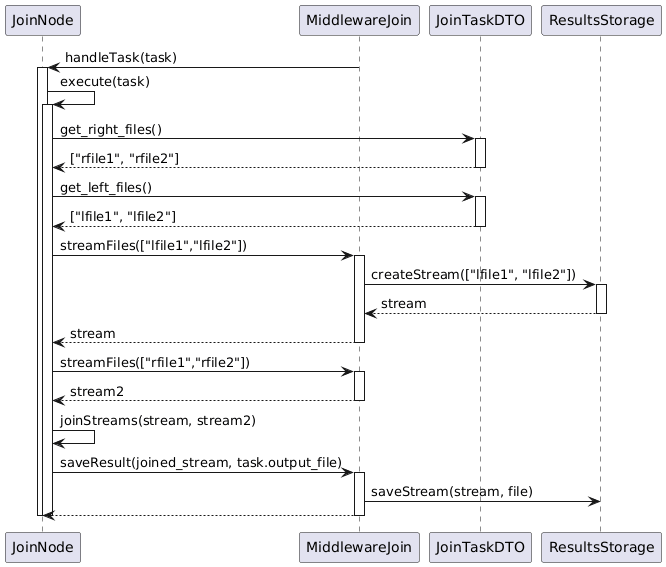
This is src/img/join_exec.png from SebastianVintonuke/TA050-TP-Design, a PlantUML export, as it was before one commit.
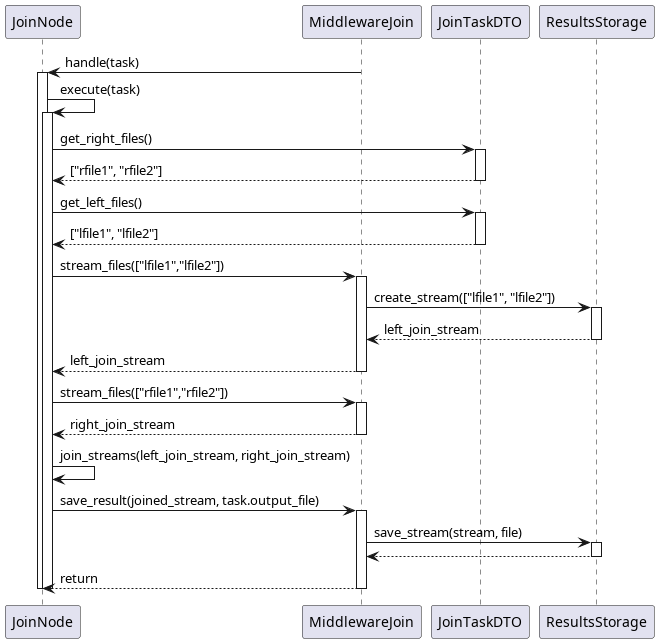
Later version of the same file.

Diff of the diagram source:
```diff
@@ -1,10 +1,11 @@
 @startuml
+
 participant JoinNode
 participant MiddlewareJoin
 participant JoinTaskDTO
 participant ResultsStorage
 
-MiddlewareJoin -> JoinNode : handleTask(task)
+MiddlewareJoin -> JoinNode : handle(task)
 activate JoinNode
 
 JoinNode->JoinNode: execute(task)
@@ -21,28 +22,32 @@
 JoinTaskDTO --> JoinNode : ["lfile1", "lfile2"]
 deactivate JoinTaskDTO
 
-JoinNode-> MiddlewareJoin : streamFiles(["lfile1","lfile2"])
+JoinNode-> MiddlewareJoin : stream_files(["lfile1","lfile2"])
 activate MiddlewareJoin
-MiddlewareJoin -> ResultsStorage: createStream(["lfile1", "lfile2"])
+MiddlewareJoin -> ResultsStorage: create_stream(["lfile1", "lfile2"])
 activate ResultsStorage
-ResultsStorage --> MiddlewareJoin: stream
+ResultsStorage --> MiddlewareJoin: left_join_stream
 deactivate ResultsStorage
-MiddlewareJoin --> JoinNode: stream
+MiddlewareJoin --> JoinNode: left_join_stream
 deactivate MiddlewareJoin
 
 
-JoinNode-> MiddlewareJoin : streamFiles(["rfile1","rfile2"])
+JoinNode-> MiddlewareJoin : stream_files(["rfile1","rfile2"])
 activate MiddlewareJoin
-MiddlewareJoin --> JoinNode: stream2
+MiddlewareJoin --> JoinNode: right_join_stream
 deactivate MiddlewareJoin
 
-JoinNode->JoinNode : joinStreams(stream, stream2)
+JoinNode->JoinNode: join_streams(left_join_stream, right_join_stream)
 
-JoinNode->MiddlewareJoin: saveResult(joined_stream, task.output_file)
+JoinNode->MiddlewareJoin: save_result(joined_stream, task.output_file)
 activate MiddlewareJoin
-MiddlewareJoin -> ResultsStorage: saveStream(stream, file)
-MiddlewareJoin --> JoinNode:
+MiddlewareJoin -> ResultsStorage: save_stream(stream, file)
+activate ResultsStorage
+ResultsStorage --> MiddlewareJoin:
+deactivate ResultsStorage
+MiddlewareJoin --> JoinNode: return
 deactivate MiddlewareJoin
 deactivate JoinNode
 deactivate JoinNode
+
 @enduml
```
